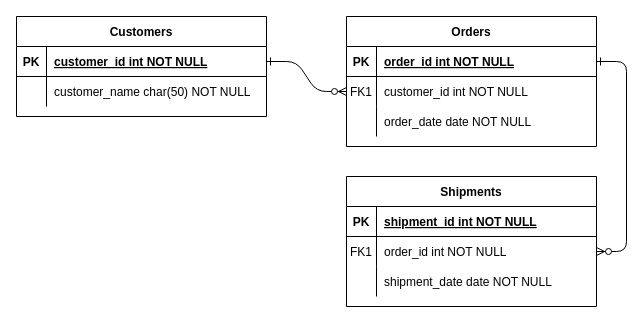
Earlier version of the draw.io diagram 名称未設定ファイル.drawio (lafrin/haizen). Source tidied: cells renumbered, new cells numbered last; positions are measured from the earlier drawing's top-left corner, leaving out a move shared by most shapes. Both pictures are drawn from the tidied source at 100%, with x=0, y=0 at pixel (16, 16).
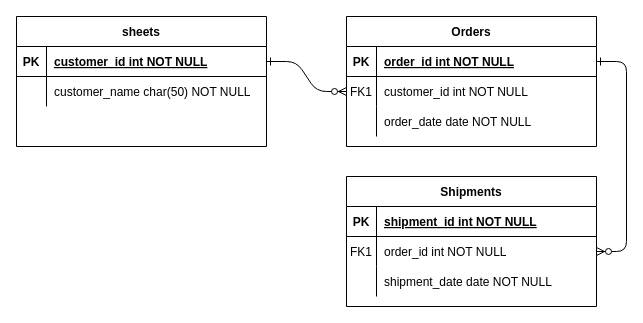
Above is the later version.

Commit message:
名称未設定ファイル.drawio を更新します

Diff of the diagram source:
```diff
@@
-    <mxCell id="24" value="Customers" style="shape=table;startSize=30;childLayout=tableLayout;rowLines=0;fontStyle=1;align=center;" parent="1" vertex="1">
-      <mxGeometry width="250" height="100" as="geometry" />
+    <mxCell id="24" value="sheets" style="shape=table;startSize=30;childLayout=tableLayout;rowLines=0;fontStyle=1;align=center;" parent="1" vertex="1">
+      <mxGeometry width="250" height="130" as="geometry" />
     </mxCell>
```
